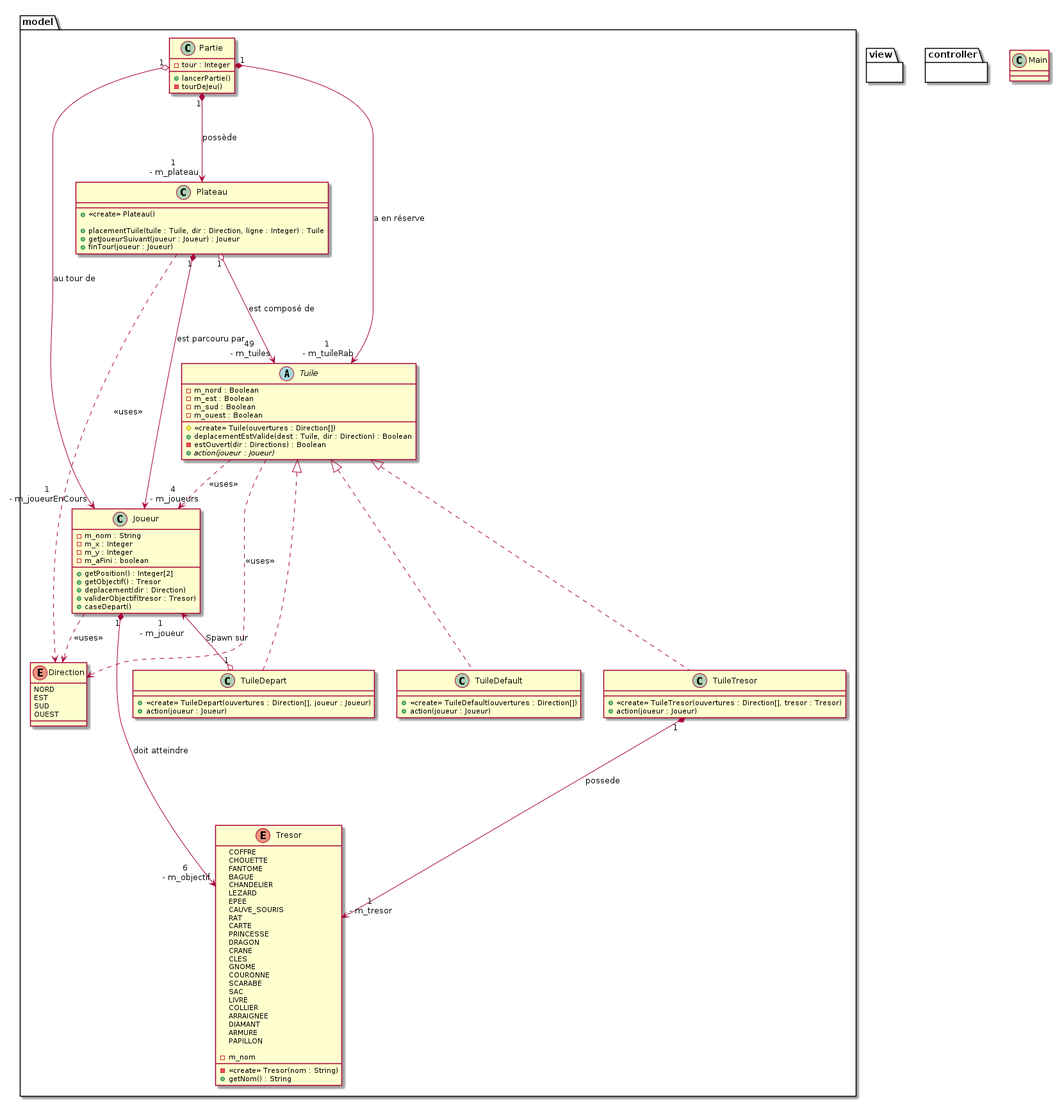
Before: labyrinthe.png, a diagram exported from PlantUML (Anybody368/Labyrinthe-Java). Its source is kept beside it as labyrinthe.puml.
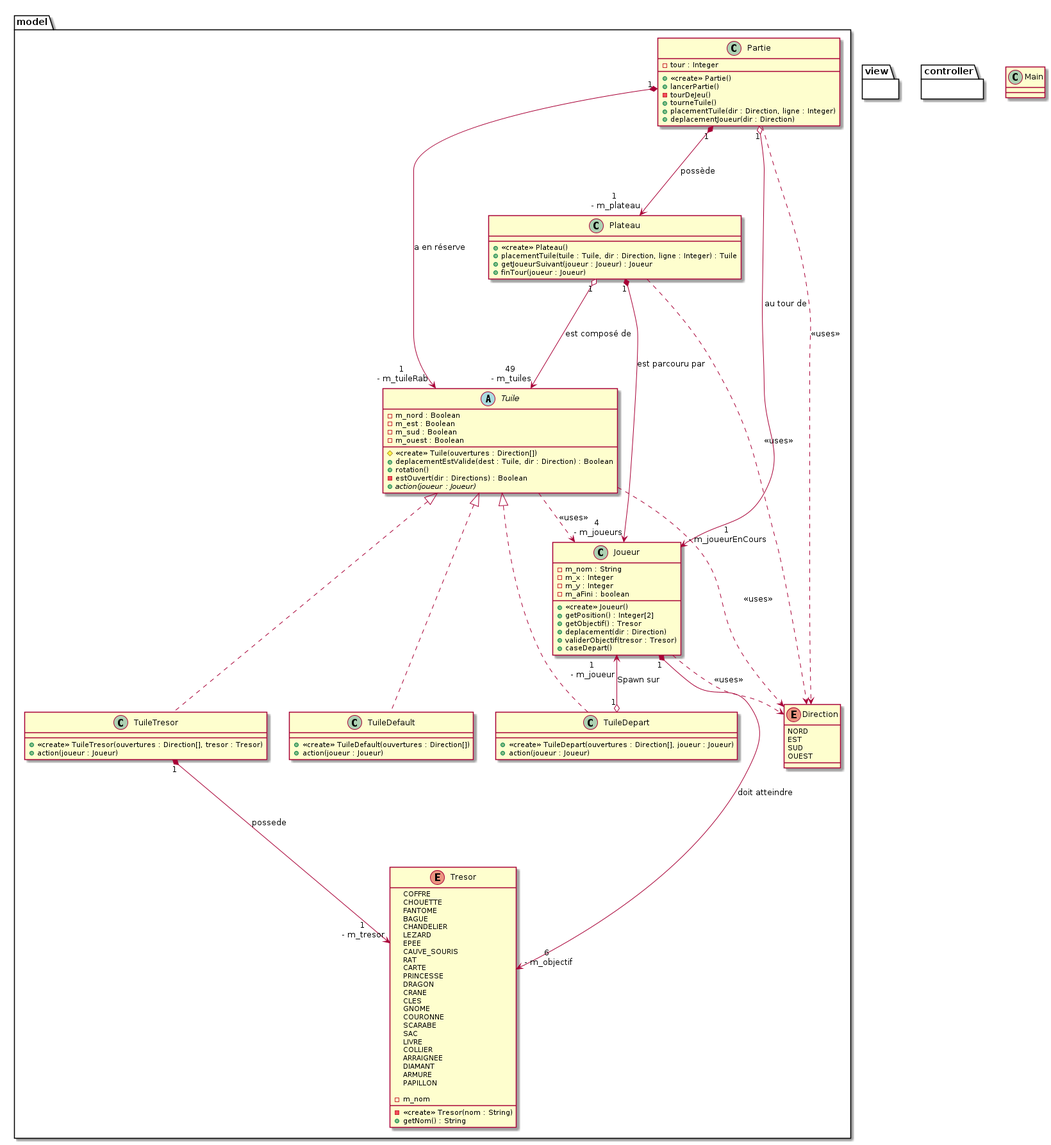
The same diagram one commit later.

Commit message:
UML bien avancé (sans patrons)

The edit, as a diff of the source:
```diff
@@ -8,14 +8,18 @@
     {
         - tour : Integer
 
+        + <<create>> Partie()
         + lancerPartie()
         - tourDeJeu()
+        + tourneTuile()
+        + placementTuile(dir : Direction, ligne : Integer)
+        + deplacementJoueur(dir : Direction)
     }
+    Partie ..> Direction : <<uses>>
 
     class Plateau
     {
         + <<create>> Plateau()
-
         + placementTuile(tuile : Tuile, dir : Direction, ligne : Integer) : Tuile
         + getJoueurSuivant(joueur : Joueur) : Joueur
         + finTour(joueur : Joueur)
@@ -39,6 +43,7 @@
 
         # <<create>> Tuile(ouvertures : Direction[])
         + deplacementEstValide(dest : Tuile, dir : Direction) : Boolean
+        + rotation()
         - estOuvert(dir : Directions) : Boolean
         + {abstract} action(joueur : Joueur)
     }
@@ -70,6 +75,7 @@
         - m_y : Integer
         - m_aFini : boolean
 
+        + <<create>> Joueur()
         + getPosition() : Integer[2]
         + getObjectif() : Tresor
         + deplacement(dir : Direction)
```
